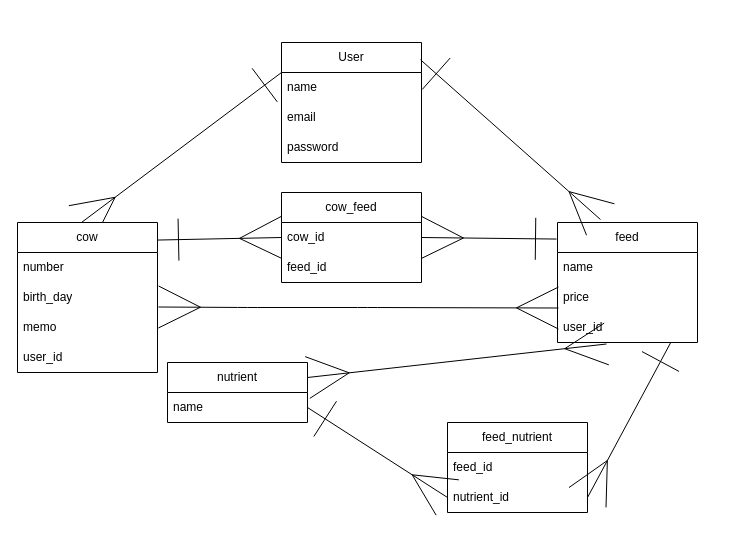
Above: plan.dio in rinoccha/cattle_feed (draw.io), before the change. Source tidied: cells renumbered, new cells numbered last; positions are measured from the earlier drawing's top-left corner, leaving out a move shared by most shapes. Both pictures are drawn from the tidied source at 100%, with x=0, y=0 at pixel (17, 42).
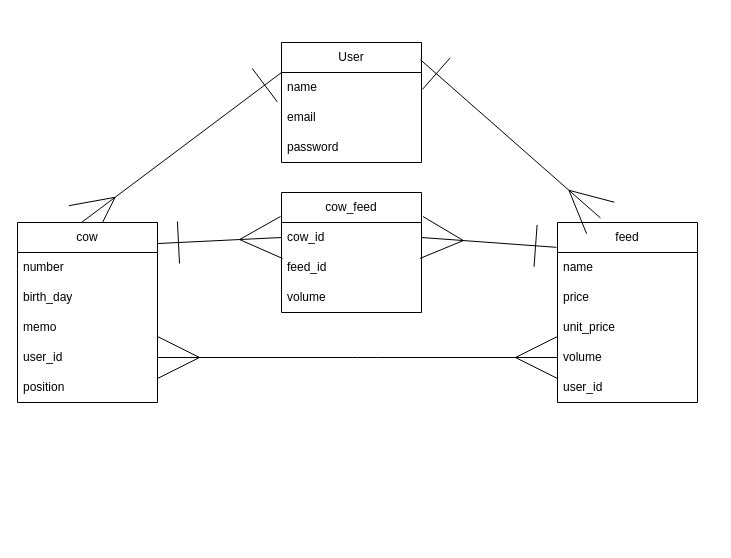
After the change.

The change refers to these unchanged cells:
```xml
<mxCell id="3" value="User" style="swimlane;fontStyle=0;horizontal=1;startSize=30;whiteSpace=wrap;html=1;" parent="1" vertex="1">
  <mxGeometry x="264" width="140" height="120" as="geometry" />
</mxCell>
<mxCell id="13" value="birth_day" style="text;strokeColor=none;fillColor=none;align=left;verticalAlign=middle;spacingLeft=4;spacingRight=4;overflow=hidden;points=[[0,0.5],[1,0.5]];portConstraint=eastwest;whiteSpace=wrap;html=1;" parent="11" vertex="1">
  <mxGeometry y="60" width="140" height="30" as="geometry" />
</mxCell>
<mxCell id="15" value="user_id" style="text;strokeColor=none;fillColor=none;align=left;verticalAlign=middle;spacingLeft=4;spacingRight=4;overflow=hidden;points=[[0,0.5],[1,0.5]];portConstraint=eastwest;whiteSpace=wrap;html=1;" parent="11" vertex="1">
  <mxGeometry y="120" width="140" height="30" as="geometry" />
</mxCell>
```

Diff of the diagram source:
```diff
@@
-    <mxCell id="4" value="name" style="text;strokeColor=none;fillColor=none;align=left;verticalAlign=middle;spacingLeft=4;spacingRight=4;overflow=hidden;whiteSpace=wrap;html=1;" parent="3" vertex="1">
-      <mxGeometry y="30" width="140" height="30" as="geometry" />
-    </mxCell>
+    <mxCell id="31" value="name" style="text;strokeColor=none;fillColor=none;align=left;verticalAlign=middle;spacingLeft=4;spacingRight=4;overflow=hidden;whiteSpace=wrap;html=1;" parent="3" vertex="1">
+      <mxGeometry y="30" width="140" height="30" as="geometry" />
+    </mxCell>
@@
     <mxCell id="7" value="feed" style="swimlane;fontStyle=0;horizontal=1;startSize=30;whiteSpace=wrap;html=1;" parent="1" vertex="1">
-      <mxGeometry x="540" y="180" width="140" height="120" as="geometry" />
+      <mxGeometry x="540" y="180" width="140" height="180" as="geometry" />
     </mxCell>
@@
+    <mxCell id="32" value="unit_price" style="text;strokeColor=none;fillColor=none;align=left;verticalAlign=middle;spacingLeft=4;spacingRight=4;overflow=hidden;whiteSpace=wrap;html=1;" parent="7" vertex="1">
+      <mxGeometry y="90" width="140" height="30" as="geometry" />
+    </mxCell>
+    <mxCell id="33" value="volume" style="text;strokeColor=none;fillColor=none;align=left;verticalAlign=middle;spacingLeft=4;spacingRight=4;overflow=hidden;points=[[0,0.5],[1,0.5]];portConstraint=eastwest;whiteSpace=wrap;html=1;" parent="7" vertex="1">
+      <mxGeometry y="120" width="140" height="30" as="geometry" />
+    </mxCell>
     <mxCell id="10" value="user_id&lt;br&gt;" style="text;strokeColor=none;fillColor=none;align=left;verticalAlign=middle;spacingLeft=4;spacingRight=4;overflow=hidden;points=[[0,0.5],[1,0.5]];portConstraint=eastwest;whiteSpace=wrap;html=1;" parent="7" vertex="1">
-      <mxGeometry y="90" width="140" height="30" as="geometry" />
+      <mxGeometry y="150" width="140" height="30" as="geometry" />
     </mxCell>
     <mxCell id="11" value="cow" style="swimlane;fontStyle=0;horizontal=1;startSize=30;whiteSpace=wrap;html=1;" parent="1" vertex="1">
-      <mxGeometry y="180" width="140" height="150" as="geometry" />
+      <mxGeometry y="180" width="140" height="180" as="geometry" />
     </mxCell>
@@
+    <mxCell id="34" value="position" style="text;strokeColor=none;fillColor=none;align=left;verticalAlign=middle;spacingLeft=4;spacingRight=4;overflow=hidden;whiteSpace=wrap;html=1;" parent="11" vertex="1">
+      <mxGeometry y="150" width="140" height="30" as="geometry" />
+    </mxCell>
     <mxCell id="16" value="cow_feed" style="swimlane;fontStyle=0;horizontal=1;startSize=30;whiteSpace=wrap;html=1;" parent="1" vertex="1">
-      <mxGeometry x="264" y="150" width="140" height="90" as="geometry" />
+      <mxGeometry x="264" y="150" width="140" height="120" as="geometry" />
     </mxCell>
@@
+    <mxCell id="35" value="volume" style="text;strokeColor=none;fillColor=none;align=left;verticalAlign=middle;spacingLeft=4;spacingRight=4;overflow=hidden;whiteSpace=wrap;html=1;" parent="16" vertex="1">
+      <mxGeometry y="90" width="140" height="30" as="geometry" />
+    </mxCell>
@@
-    <mxCell id="22" style="html=1;exitX=0.007;exitY=-0.15;exitDx=0;exitDy=0;entryX=1.007;entryY=0.817;entryDx=0;entryDy=0;endArrow=ERmany;endFill=0;targetPerimeterSpacing=0;startArrow=ERmany;startFill=0;strokeWidth=1;sourcePerimeterSpacing=0;endSize=40;startSize=40;entryPerimeter=0;exitPerimeter=0;" parent="1" edge="1" source="10" target="13">
+    <mxCell id="22" style="html=1;entryX=1;entryY=0.5;entryDx=0;entryDy=0;endArrow=ERmany;endFill=0;targetPerimeterSpacing=0;startArrow=ERmany;startFill=0;strokeWidth=1;sourcePerimeterSpacing=0;endSize=40;startSize=40;exitX=0;exitY=0.5;exitDx=0;exitDy=0;" parent="1" edge="1" source="33" target="15">
       <mxGeometry relative="1" as="geometry">
         <Array as="points">
-          <mxPoint x="350" y="265" />
-          <mxPoint x="230" y="265" />
+          <mxPoint x="350" y="315" />
         </Array>
       </mxGeometry>
     </mxCell>
-    <mxCell id="23" style="edgeStyle=none;html=1;exitX=1;exitY=0.5;exitDx=0;exitDy=0;entryX=0;entryY=0.5;entryDx=0;entryDy=0;strokeWidth=1;startArrow=ERone;startFill=0;endArrow=ERmany;endFill=0;startSize=40;endSize=40;sourcePerimeterSpacing=0;targetPerimeterSpacing=0;" parent="1" edge="1" source="25" target="28">
-      <mxGeometry relative="1" as="geometry" />
-    </mxCell>
-    <mxCell id="24" value="nutrient" style="swimlane;fontStyle=0;horizontal=1;startSize=30;whiteSpace=wrap;html=1;" parent="1" vertex="1">
-      <mxGeometry x="150" y="320" width="140" height="60" as="geometry" />
-    </mxCell>
-    <mxCell id="25" value="name" style="text;strokeColor=none;fillColor=none;align=left;verticalAlign=middle;spacingLeft=4;spacingRight=4;overflow=hidden;points=[[0,0.5],[1,0.5]];portConstraint=eastwest;whiteSpace=wrap;html=1;" parent="24" vertex="1">
-      <mxGeometry y="30" width="140" height="30" as="geometry" />
-    </mxCell>
-    <mxCell id="26" value="feed_nutrient" style="swimlane;fontStyle=0;horizontal=1;startSize=30;whiteSpace=wrap;html=1;" parent="1" vertex="1">
-      <mxGeometry x="430" y="380" width="140" height="90" as="geometry" />
-    </mxCell>
-    <mxCell id="27" value="feed_id" style="text;strokeColor=none;fillColor=none;align=left;verticalAlign=middle;spacingLeft=4;spacingRight=4;overflow=hidden;whiteSpace=wrap;html=1;" parent="26" vertex="1">
-      <mxGeometry y="30" width="140" height="30" as="geometry" />
-    </mxCell>
-    <mxCell id="28" value="nutrient_id" style="text;strokeColor=none;fillColor=none;align=left;verticalAlign=middle;spacingLeft=4;spacingRight=4;overflow=hidden;points=[[0,0.5],[1,0.5]];portConstraint=eastwest;whiteSpace=wrap;html=1;" parent="26" vertex="1">
-      <mxGeometry y="60" width="140" height="30" as="geometry" />
-    </mxCell>
-    <mxCell id="29" style="edgeStyle=none;html=1;entryX=1;entryY=0.5;entryDx=0;entryDy=0;strokeWidth=1;startArrow=ERone;startFill=0;endArrow=ERmany;endFill=0;startSize=40;endSize=40;sourcePerimeterSpacing=0;targetPerimeterSpacing=0;exitX=0.807;exitY=1.017;exitDx=0;exitDy=0;exitPerimeter=0;" parent="1" edge="1" source="10" target="28">
-      <mxGeometry relative="1" as="geometry" />
-    </mxCell>
-    <mxCell id="30" style="edgeStyle=none;html=1;exitX=1;exitY=0.25;exitDx=0;exitDy=0;entryX=0.35;entryY=1.05;entryDx=0;entryDy=0;entryPerimeter=0;strokeWidth=1;startArrow=ERmany;startFill=0;endArrow=ERmany;endFill=0;startSize=40;endSize=40;sourcePerimeterSpacing=0;targetPerimeterSpacing=0;" parent="1" edge="1" source="24" target="10">
-      <mxGeometry relative="1" as="geometry" />
-    </mxCell>
```
